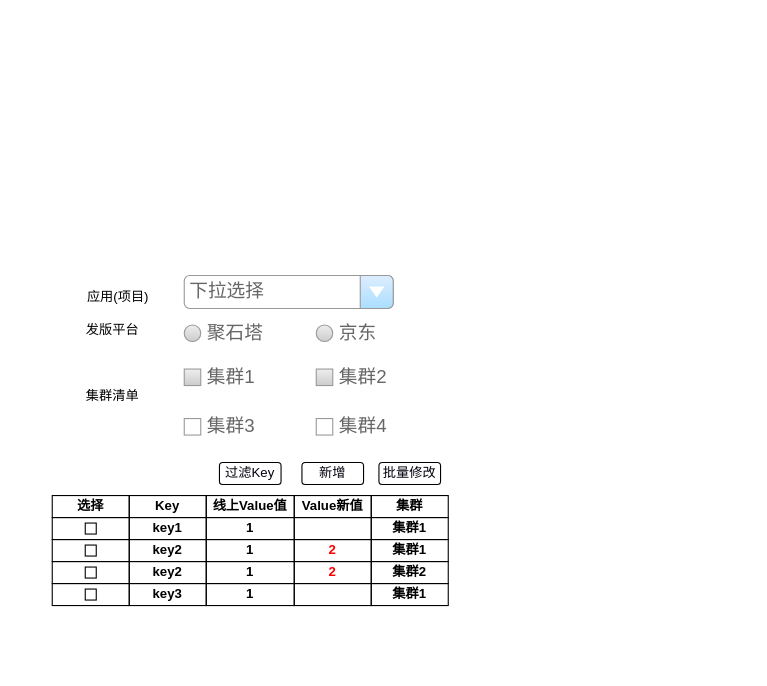
The draw.io diagram apollo配置工单.drawio in mashifei/uml, before the edit. Source tidied: cells renumbered, new cells numbered last; positions are measured from the earlier drawing's top-left corner, leaving out a move shared by most shapes. Both pictures are drawn from the tidied source at 110%, with x=0, y=0 at pixel (52, 275).
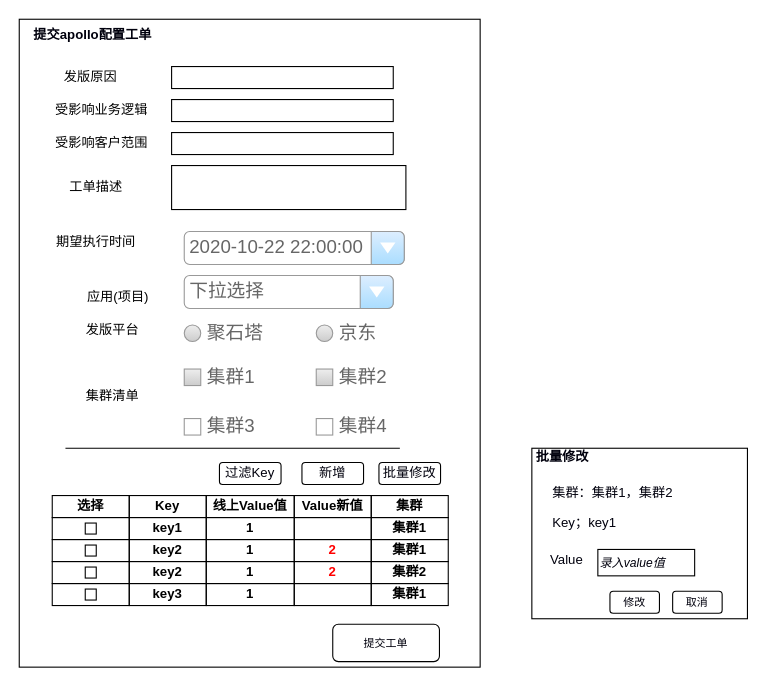
After the change.

Commit message (it also covers changes not shown here):
更新apollo配置工单.drawio

Change to the diagram source:
```diff
@@
+    <mxCell id="51" style="rounded=0;whiteSpace=wrap;html=1;shadow=0;strokeColor=#000000;fillColor=none;gradientColor=#BFBFBF;fontColor=#00000D;" parent="1" vertex="1">
+      <mxGeometry x="-30" y="-233" width="419" height="589" as="geometry" />
+    </mxCell>
@@
+    <mxCell id="52" value="期望执行时间" style="text;html=1;strokeColor=none;fillColor=none;align=center;verticalAlign=middle;whiteSpace=wrap;rounded=0;" parent="1" vertex="1">
+      <mxGeometry y="-40" width="80" height="20" as="geometry" />
+    </mxCell>
+    <mxCell id="53" value="2020-10-22 22:00:00" style="strokeWidth=1;shadow=0;dashed=0;align=center;html=1;shape=mxgraph.mockup.forms.comboBox;strokeColor=#999999;fillColor=#ddeeff;align=left;fillColor2=#aaddff;mainText=;fontColor=#666666;fontSize=17;spacingLeft=3;" parent="1" vertex="1">
+      <mxGeometry x="120" y="-40" width="200" height="30" as="geometry" />
+    </mxCell>
+    <mxCell id="54" value="工单描述" style="text;html=1;strokeColor=none;fillColor=none;align=center;verticalAlign=middle;whiteSpace=wrap;rounded=0;" parent="1" vertex="1">
+      <mxGeometry y="-90" width="80" height="20" as="geometry" />
+    </mxCell>
+    <mxCell id="55" style="rounded=0;whiteSpace=wrap;html=1;shadow=0;strokeColor=#000000;fillColor=none;gradientColor=#BFBFBF;fontColor=#00000D;" parent="1" vertex="1">
+      <mxGeometry x="108.5" y="-100" width="213" height="40" as="geometry" />
+    </mxCell>
+    <mxCell id="56" value="发版原因" style="text;html=1;strokeColor=none;fillColor=none;align=center;verticalAlign=middle;whiteSpace=wrap;rounded=0;" parent="1" vertex="1">
+      <mxGeometry x="-5" y="-190" width="80" height="20" as="geometry" />
+    </mxCell>
+    <mxCell id="57" value="受影响业务逻辑" style="text;html=1;strokeColor=none;fillColor=none;align=center;verticalAlign=middle;whiteSpace=wrap;rounded=0;" parent="1" vertex="1">
+      <mxGeometry y="-160" width="90" height="20" as="geometry" />
+    </mxCell>
+    <mxCell id="58" value="受影响客户范围" style="text;html=1;strokeColor=none;fillColor=none;align=center;verticalAlign=middle;whiteSpace=wrap;rounded=0;" parent="1" vertex="1">
+      <mxGeometry y="-130" width="90" height="20" as="geometry" />
+    </mxCell>
+    <mxCell id="59" style="rounded=0;whiteSpace=wrap;html=1;shadow=0;strokeColor=#000000;fillColor=none;gradientColor=#BFBFBF;fontColor=#00000D;" parent="1" vertex="1">
+      <mxGeometry x="108.5" y="-190" width="201.5" height="20" as="geometry" />
+    </mxCell>
+    <mxCell id="60" style="rounded=0;whiteSpace=wrap;html=1;shadow=0;strokeColor=#000000;fillColor=none;gradientColor=#BFBFBF;fontColor=#00000D;" parent="1" vertex="1">
+      <mxGeometry x="108.5" y="-160" width="201.5" height="20" as="geometry" />
+    </mxCell>
+    <mxCell id="61" style="rounded=0;whiteSpace=wrap;html=1;shadow=0;strokeColor=#000000;fillColor=none;gradientColor=#BFBFBF;fontColor=#00000D;" parent="1" vertex="1">
+      <mxGeometry x="108.5" y="-130" width="201.5" height="20" as="geometry" />
+    </mxCell>
+    <mxCell id="62" value="提交apollo配置工单" style="text;html=1;strokeColor=none;fillColor=none;align=center;verticalAlign=middle;whiteSpace=wrap;rounded=0;shadow=0;fontColor=#00000D;fontStyle=1;" parent="1" vertex="1">
+      <mxGeometry x="-23" y="-229" width="120" height="20" as="geometry" />
+    </mxCell>
+    <mxCell id="63" style="rounded=0;whiteSpace=wrap;html=1;shadow=0;strokeColor=#000000;fillColor=none;gradientColor=#BFBFBF;fontColor=#00000D;" parent="1" vertex="1">
+      <mxGeometry x="436" y="157" width="196" height="155" as="geometry" />
+    </mxCell>
+    <mxCell id="64" value="集群：集群1，集群2" style="text;html=1;strokeColor=none;fillColor=none;align=left;verticalAlign=middle;whiteSpace=wrap;rounded=0;shadow=0;fontColor=#00000D;" parent="1" vertex="1">
+      <mxGeometry x="453" y="188" width="116" height="20" as="geometry" />
+    </mxCell>
+    <mxCell id="65" value="Key；key1" style="text;html=1;strokeColor=none;fillColor=none;align=left;verticalAlign=middle;whiteSpace=wrap;rounded=0;shadow=0;fontColor=#00000D;" parent="1" vertex="1">
+      <mxGeometry x="453" y="215" width="116" height="20" as="geometry" />
+    </mxCell>
+    <mxCell id="66" value="Value" style="text;html=1;strokeColor=none;fillColor=none;align=left;verticalAlign=middle;whiteSpace=wrap;rounded=0;shadow=0;fontColor=#00000D;" parent="1" vertex="1">
+      <mxGeometry x="451" y="249" width="53" height="20" as="geometry" />
+    </mxCell>
+    <mxCell id="67" value="&lt;font style=&quot;font-size: 11px&quot;&gt;录入value值&lt;/font&gt;" style="rounded=0;whiteSpace=wrap;html=1;shadow=0;strokeColor=#000000;fillColor=none;gradientColor=#BFBFBF;fontColor=#00000D;align=left;fontStyle=2;fontSize=10;" parent="1" vertex="1">
+      <mxGeometry x="496" y="249" width="88" height="24" as="geometry" />
+    </mxCell>
+    <mxCell id="68" value="修改" style="rounded=1;whiteSpace=wrap;html=1;shadow=0;strokeColor=#000000;fillColor=none;gradientColor=#BFBFBF;fontSize=10;fontColor=#00000D;align=center;" parent="1" vertex="1">
+      <mxGeometry x="507" y="287" width="45" height="20" as="geometry" />
+    </mxCell>
+    <mxCell id="69" value="取消" style="rounded=1;whiteSpace=wrap;html=1;shadow=0;strokeColor=#000000;fillColor=none;gradientColor=#BFBFBF;fontSize=10;fontColor=#00000D;align=center;" parent="1" vertex="1">
+      <mxGeometry x="564" y="287" width="45" height="20" as="geometry" />
+    </mxCell>
+    <mxCell id="70" value="批量修改" style="text;html=1;strokeColor=none;fillColor=none;align=left;verticalAlign=middle;whiteSpace=wrap;rounded=0;shadow=0;fontColor=#00000D;fontStyle=1;" parent="1" vertex="1">
+      <mxGeometry x="438" y="155" width="116" height="20" as="geometry" />
+    </mxCell>
+    <mxCell id="71" style="endArrow=none;html=1;fontSize=10;fontColor=#BFBFBF;labelBorderColor=#BFBFBF;textOpacity=20;" parent="1" edge="1">
+      <mxGeometry relative="1" as="geometry">
+        <mxPoint x="12" y="157" as="sourcePoint" />
+        <mxPoint x="316" y="157" as="targetPoint" />
+      </mxGeometry>
+    </mxCell>
+    <mxCell id="72" value="提交工单" style="rounded=1;whiteSpace=wrap;html=1;shadow=0;strokeColor=#000000;fillColor=none;gradientColor=#BFBFBF;fontSize=10;align=center;fontColor=#00000D;" parent="1" vertex="1">
+      <mxGeometry x="255" y="317" width="97" height="34" as="geometry" />
+    </mxCell>
```
